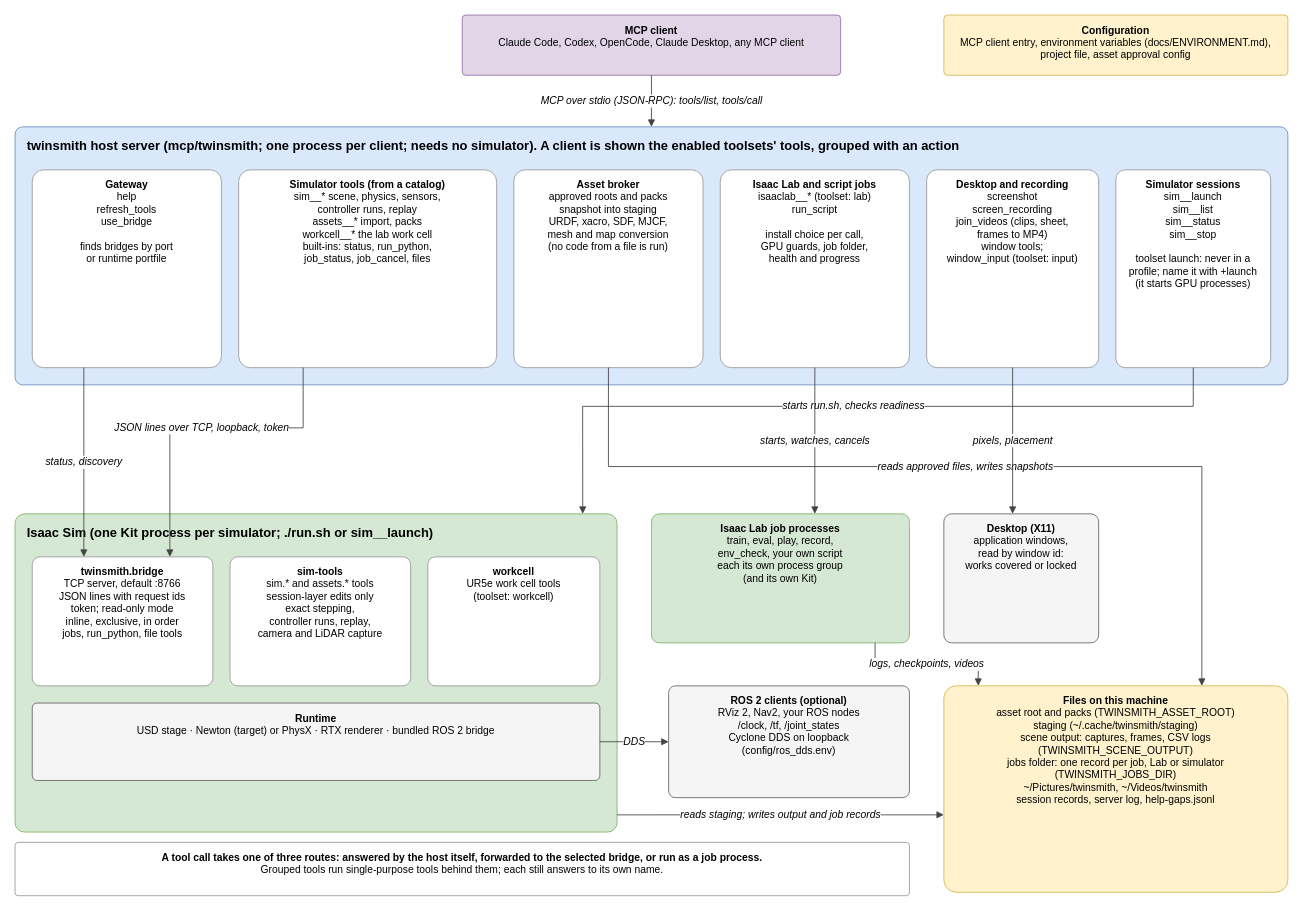
Earlier version of the draw.io diagram docs/architecture.drawio (kalebcoleman/isaac-mcp). Source tidied: cells renumbered, new cells numbered last; positions are measured from the earlier drawing's top-left corner, leaving out a move shared by most shapes. Both pictures are drawn from the tidied source at 86%, with x=0, y=0 at pixel (15, 15).
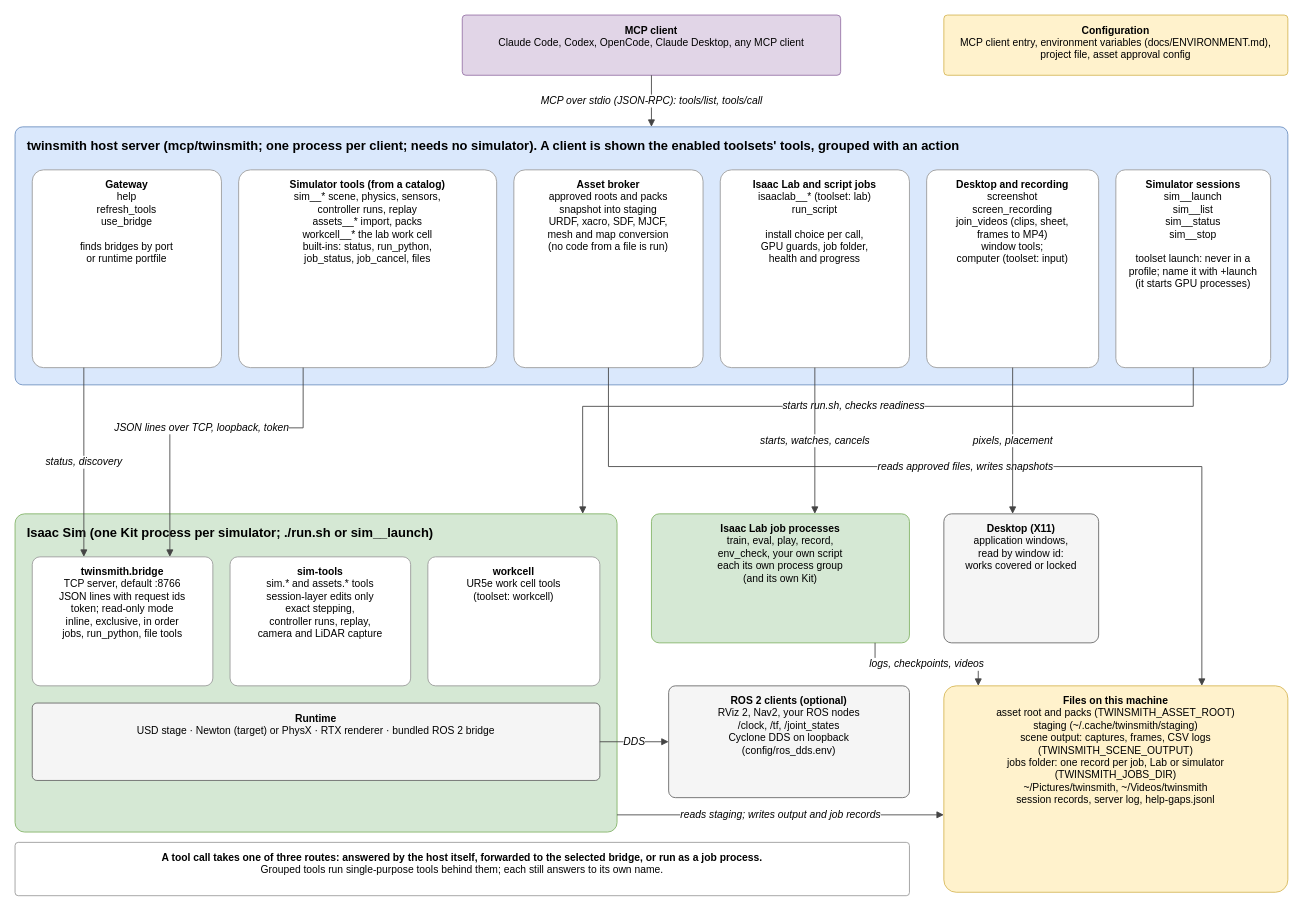
The same diagram, later.

Diff of the diagram source:
```diff
@@
-    <mxCell id="9" value="&lt;b&gt;Desktop and recording&lt;/b&gt;&lt;br&gt;screenshot&lt;br&gt;screen_recording&lt;br&gt;join_videos (clips, sheet,&lt;br&gt;  frames to MP4)&lt;br&gt;window tools;&lt;br&gt;window_input (toolset: input)" style="rounded=1;arcSize=6;whiteSpace=wrap;html=1;fillColor=#ffffff;strokeColor=#999999;verticalAlign=top;spacingTop=4;fontSize=12;" parent="1" vertex="1">
+    <mxCell id="9" value="&lt;b&gt;Desktop and recording&lt;/b&gt;&lt;br&gt;screenshot&lt;br&gt;screen_recording&lt;br&gt;join_videos (clips, sheet,&lt;br&gt;  frames to MP4)&lt;br&gt;window tools;&lt;br&gt;computer (toolset: input)" style="rounded=1;arcSize=6;whiteSpace=wrap;html=1;fillColor=#ffffff;strokeColor=#999999;verticalAlign=top;spacingTop=4;fontSize=12;" parent="1" vertex="1">
       <mxGeometry x="1060" y="180" width="200" height="230" as="geometry" />
     </mxCell>
```
